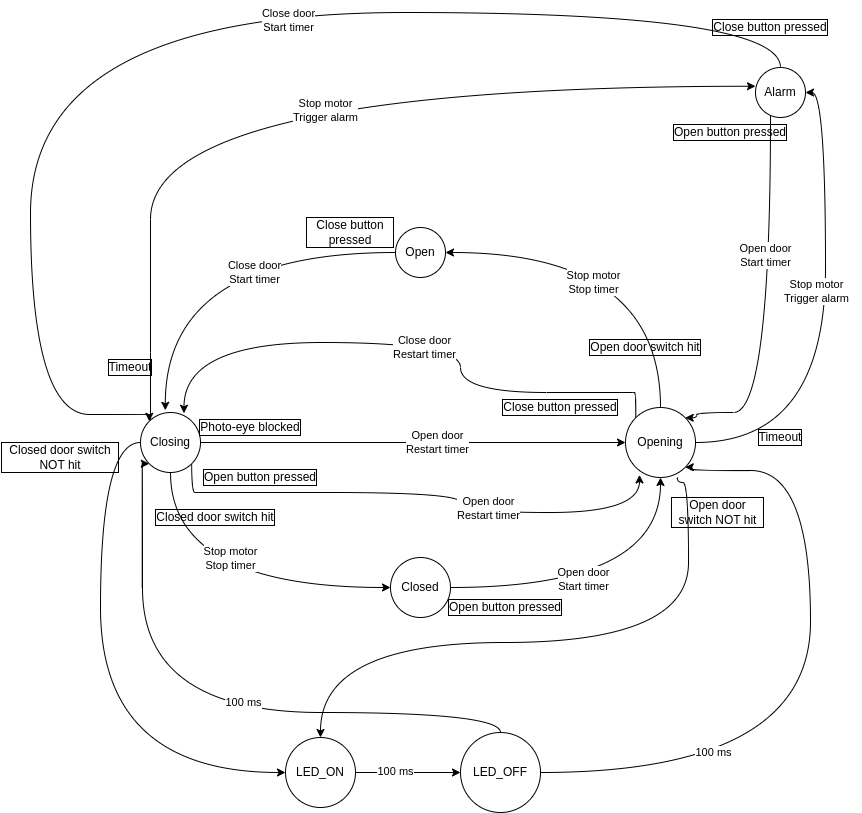
The draw.io diagram AtmelStudio/Drafts/StateMachineGarageDoor/StateMachineGarageDoor/garageDoorStatemachine.drawio.png in xb0be/avr-programming, before a commit. Source tidied: cells renumbered, new cells last; positions are measured from the earlier drawing's top-left corner, leaving out a move shared by most shapes.
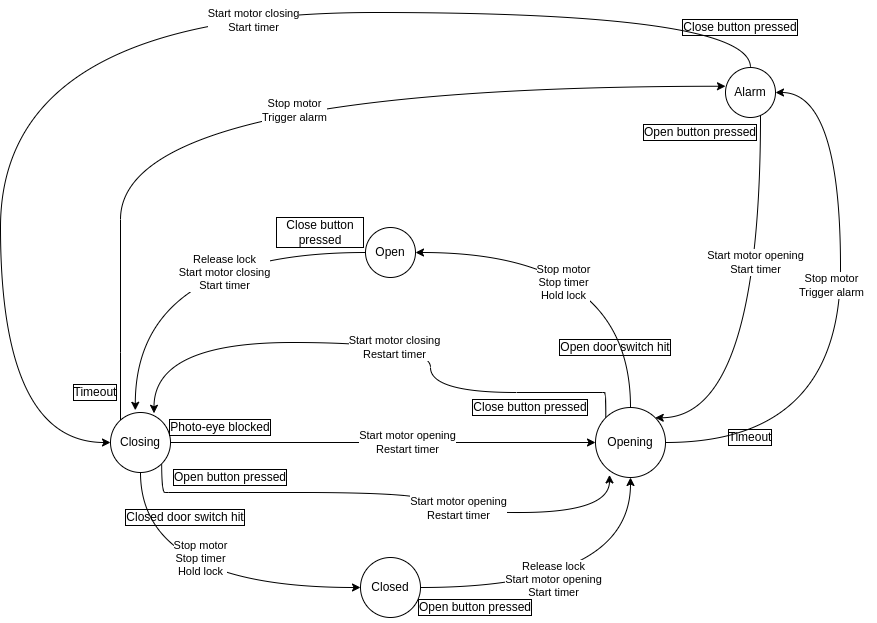
After the commit.

Commit message:
removed LED states, fixes to text1

Diff of the diagram source:
```diff
@@ -5,7 +5,7 @@
     <mxCell id="2" style="edgeStyle=orthogonalEdgeStyle;curved=1;rounded=0;jettySize=auto;html=1;entryX=0.413;entryY=-0.037;entryDx=0;entryDy=0;entryPerimeter=0;" parent="1" edge="1" source="4" target="14">
       <mxGeometry relative="1" as="geometry" />
     </mxCell>
-    <mxCell id="3" value="Close door&lt;br&gt;Start timer" style="edgeLabel;html=1;align=center;verticalAlign=middle;" parent="2" vertex="1">
+    <mxCell id="3" value="Release lock&lt;br&gt;Start motor closing&lt;br&gt;Start timer" style="edgeLabel;html=1;align=center;verticalAlign=middle;" parent="2" vertex="1">
       <mxGeometry x="-0.13" y="6" width="80" height="40" relative="1" as="geometry">
         <mxPoint x="-12" y="-6" as="offset" />
       </mxGeometry>
@@ -16,7 +16,7 @@
     <mxCell id="5" style="edgeStyle=orthogonalEdgeStyle;curved=1;rounded=0;jettySize=auto;html=1;entryX=0;entryY=0.5;entryDx=0;entryDy=0;exitX=0.5;exitY=1;exitDx=0;exitDy=0;" parent="1" edge="1" source="14" target="17">
       <mxGeometry relative="1" as="geometry" />
     </mxCell>
-    <mxCell id="6" value="Stop motor&lt;br&gt;Stop timer" style="edgeLabel;html=1;align=center;verticalAlign=middle;" parent="5" vertex="1">
+    <mxCell id="6" value="Stop motor&lt;br&gt;Stop timer&lt;br&gt;Hold lock" style="edgeLabel;html=1;align=center;verticalAlign=middle;" parent="5" vertex="1">
       <mxGeometry x="-0.43" y="22" width="80" height="40" relative="1" as="geometry">
         <mxPoint x="-2" y="-29" as="offset" />
       </mxGeometry>
@@ -37,19 +37,11 @@
     <mxCell id="9" style="edgeStyle=orthogonalEdgeStyle;curved=1;rounded=0;jettySize=auto;html=1;entryX=0;entryY=0.5;entryDx=0;entryDy=0;" parent="1" edge="1" source="14" target="25">
       <mxGeometry relative="1" as="geometry" />
     </mxCell>
-    <mxCell id="10" value="Open door&lt;br&gt;Restart timer" style="edgeLabel;html=1;align=center;verticalAlign=middle;" parent="9" vertex="1">
+    <mxCell id="10" value="Start motor opening&lt;br&gt;Restart timer" style="edgeLabel;html=1;align=center;verticalAlign=middle;" parent="9" vertex="1">
       <mxGeometry x="-0.05" width="90" height="40" relative="1" as="geometry">
         <mxPoint x="-10" y="-20" as="offset" />
       </mxGeometry>
     </mxCell>
-    <mxCell id="11" style="edgeStyle=orthogonalEdgeStyle;curved=1;rounded=0;jettySize=auto;html=1;entryX=0;entryY=0.5;entryDx=0;entryDy=0;" parent="1" edge="1" source="14" target="39">
-      <mxGeometry relative="1" as="geometry">
-        <Array as="points">
-          <mxPoint x="100" y="430" />
-          <mxPoint x="100" y="760" />
-        </Array>
-      </mxGeometry>
-    </mxCell>
     <mxCell id="12" style="edgeStyle=orthogonalEdgeStyle;curved=1;rounded=0;jettySize=auto;html=1;exitX=1;exitY=1;exitDx=0;exitDy=0;entryX=0.2;entryY=0.963;entryDx=0;entryDy=0;entryPerimeter=0;" parent="1" edge="1" source="14" target="25">
       <mxGeometry relative="1" as="geometry">
         <Array as="points">
@@ -60,7 +52,7 @@
         </Array>
       </mxGeometry>
     </mxCell>
-    <mxCell id="13" value="Open door&lt;br&gt;Restart timer" style="edgeLabel;html=1;align=center;verticalAlign=middle;" parent="12" vertex="1">
+    <mxCell id="13" value="Start motor opening&lt;br&gt;Restart timer" style="edgeLabel;html=1;align=center;verticalAlign=middle;" parent="12" vertex="1">
       <mxGeometry x="0.29" y="4" width="90" height="40" relative="1" as="geometry">
         <mxPoint x="-45" y="-20" as="offset" />
       </mxGeometry>
@@ -71,7 +63,7 @@
     <mxCell id="15" style="edgeStyle=orthogonalEdgeStyle;rounded=0;jettySize=auto;html=1;entryX=0.5;entryY=1;entryDx=0;entryDy=0;curved=1;" parent="1" edge="1" source="17" target="25">
       <mxGeometry relative="1" as="geometry" />
     </mxCell>
-    <mxCell id="16" value="Open door&lt;br&gt;Start timer" style="edgeLabel;html=1;align=center;verticalAlign=middle;" parent="15" vertex="1">
+    <mxCell id="16" value="Release lock&lt;br&gt;Start motor opening&lt;br&gt;Start timer" style="edgeLabel;html=1;align=center;verticalAlign=middle;" parent="15" vertex="1">
       <mxGeometry x="-0.17" y="8" width="80" height="40" relative="1" as="geometry">
         <mxPoint x="-40" y="-20" as="offset" />
       </mxGeometry>
@@ -82,28 +74,24 @@
     <mxCell id="18" style="edgeStyle=orthogonalEdgeStyle;curved=1;rounded=0;jettySize=auto;html=1;entryX=1;entryY=0.5;entryDx=0;entryDy=0;exitX=0.5;exitY=0;exitDx=0;exitDy=0;" parent="1" edge="1" source="25" target="4">
       <mxGeometry relative="1" as="geometry" />
     </mxCell>
-    <mxCell id="19" value="Stop motor&lt;br&gt;Stop timer" style="edgeLabel;html=1;align=center;verticalAlign=middle;" parent="18" vertex="1">
+    <mxCell id="19" value="Stop motor&lt;br&gt;Stop timer&lt;br&gt;Hold lock" style="edgeLabel;html=1;align=center;verticalAlign=middle;" parent="18" vertex="1">
       <mxGeometry x="0.2" y="11" width="80" height="40" relative="1" as="geometry">
         <mxPoint x="-40" y="-1" as="offset" />
       </mxGeometry>
     </mxCell>
     <mxCell id="20" style="edgeStyle=orthogonalEdgeStyle;rounded=0;jettySize=auto;html=1;entryX=1;entryY=0.5;entryDx=0;entryDy=0;curved=1;startArrow=none;exitX=1;exitY=0.5;exitDx=0;exitDy=0;" parent="1" edge="1" source="25" target="30">
-      <mxGeometry relative="1" as="geometry" />
+      <mxGeometry relative="1" as="geometry">
+        <Array as="points">
+          <mxPoint x="870" y="430" />
+          <mxPoint x="870" y="80" />
+        </Array>
+      </mxGeometry>
     </mxCell>
     <mxCell id="21" value="Stop motor&lt;br&gt;Trigger alarm" style="edgeLabel;html=1;align=center;verticalAlign=middle;" parent="20" vertex="1">
       <mxGeometry x="0.12" y="9" width="90" height="40" relative="1" as="geometry">
         <mxPoint x="-45" y="-20" as="offset" />
       </mxGeometry>
     </mxCell>
-    <mxCell id="22" style="edgeStyle=orthogonalEdgeStyle;curved=1;rounded=0;jettySize=auto;html=1;exitX=0.738;exitY=1;exitDx=0;exitDy=0;entryX=0.5;entryY=0;entryDx=0;entryDy=0;exitPerimeter=0;" parent="1" edge="1" source="25" target="39">
-      <mxGeometry relative="1" as="geometry">
-        <Array as="points">
-          <mxPoint x="688" y="470" />
-          <mxPoint x="688" y="630" />
-          <mxPoint x="320" y="630" />
-        </Array>
-      </mxGeometry>
-    </mxCell>
     <mxCell id="23" style="edgeStyle=orthogonalEdgeStyle;rounded=0;jettySize=auto;html=1;exitX=0;exitY=0;exitDx=0;exitDy=0;entryX=0.725;entryY=0.013;entryDx=0;entryDy=0;entryPerimeter=0;curved=1;" parent="1" edge="1" source="25" target="14">
       <mxGeometry relative="1" as="geometry">
         <Array as="points">
@@ -114,7 +102,7 @@
         </Array>
       </mxGeometry>
     </mxCell>
-    <mxCell id="24" value="Close door&lt;br&gt;Restart timer" style="edgeLabel;html=1;align=center;verticalAlign=middle;" parent="23" vertex="1">
+    <mxCell id="24" value="Start motor closing&lt;br&gt;Restart timer" style="edgeLabel;html=1;align=center;verticalAlign=middle;" parent="23" vertex="1">
       <mxGeometry x="-0.04" y="5" width="90" height="40" relative="1" as="geometry">
         <mxPoint x="-45" y="-20" as="offset" />
       </mxGeometry>
@@ -122,16 +110,16 @@
     <mxCell id="25" value="Opening" style="ellipse;whiteSpace=wrap;html=1;" parent="1" vertex="1">
       <mxGeometry x="625" y="395" width="70" height="70" as="geometry" />
     </mxCell>
-    <mxCell id="26" style="edgeStyle=orthogonalEdgeStyle;rounded=0;jettySize=auto;html=1;curved=1;entryX=0;entryY=0;entryDx=0;entryDy=0;" parent="1" edge="1" source="30" target="14">
+    <mxCell id="26" style="edgeStyle=orthogonalEdgeStyle;rounded=0;jettySize=auto;html=1;curved=1;entryX=0;entryY=0.5;entryDx=0;entryDy=0;" parent="1" edge="1" source="30" target="14">
       <mxGeometry relative="1" as="geometry">
         <Array as="points">
           <mxPoint x="780" />
           <mxPoint x="30" />
-          <mxPoint x="30" y="402" />
+          <mxPoint x="30" y="430" />
         </Array>
       </mxGeometry>
     </mxCell>
-    <mxCell id="27" value="Close door&lt;br&gt;Start timer" style="edgeLabel;html=1;align=center;verticalAlign=middle;" parent="26" vertex="1">
+    <mxCell id="27" value="Start motor closing&lt;br&gt;Start timer" style="edgeLabel;html=1;align=center;verticalAlign=middle;" parent="26" vertex="1">
       <mxGeometry x="-0.18" y="8" width="80" height="40" relative="1" as="geometry">
         <mxPoint x="-40" y="-20" as="offset" />
       </mxGeometry>
@@ -139,13 +127,11 @@
     <mxCell id="28" style="edgeStyle=orthogonalEdgeStyle;rounded=0;jettySize=auto;html=1;entryX=1;entryY=0;entryDx=0;entryDy=0;curved=1;" parent="1" edge="1" source="30" target="25">
       <mxGeometry relative="1" as="geometry">
         <Array as="points">
-          <mxPoint x="770" y="400" />
-          <mxPoint x="696" y="400" />
-          <mxPoint x="696" y="405" />
+          <mxPoint x="790" y="405" />
         </Array>
       </mxGeometry>
     </mxCell>
-    <mxCell id="29" value="Open door&lt;br&gt;Start timer" style="edgeLabel;html=1;align=center;verticalAlign=middle;" parent="28" vertex="1">
+    <mxCell id="29" value="Start motor opening&lt;br&gt;Start timer" style="edgeLabel;html=1;align=center;verticalAlign=middle;" parent="28" vertex="1">
       <mxGeometry x="-0.28" y="-5" width="80" height="40" relative="1" as="geometry">
         <mxPoint x="-40" y="-20" as="offset" />
       </mxGeometry>
@@ -169,58 +155,13 @@
       <mxGeometry x="190" y="400" width="120" height="30" as="geometry" />
     </mxCell>
     <mxCell id="36" value="Timeout" style="text;html=1;strokeColor=none;fillColor=none;align=center;verticalAlign=middle;whiteSpace=wrap;rounded=0;labelBorderColor=default;" parent="1" vertex="1">
-      <mxGeometry x="95" y="340" width="70" height="30" as="geometry" />
+      <mxGeometry x="90" y="365" width="70" height="30" as="geometry" />
     </mxCell>
-    <mxCell id="37" style="edgeStyle=orthogonalEdgeStyle;curved=1;rounded=0;jettySize=auto;html=1;entryX=0;entryY=0.5;entryDx=0;entryDy=0;" parent="1" edge="1" source="39" target="44">
-      <mxGeometry relative="1" as="geometry" />
-    </mxCell>
-    <mxCell id="38" value="100 ms" style="edgeLabel;html=1;align=center;verticalAlign=middle;" parent="37" vertex="1">
-      <mxGeometry x="-0.24" y="1" width="60" height="30" relative="1" as="geometry">
-        <mxPoint x="-30" y="-15" as="offset" />
-      </mxGeometry>
-    </mxCell>
-    <mxCell id="39" value="LED_ON" style="ellipse;whiteSpace=wrap;html=1;" parent="1" vertex="1">
-      <mxGeometry x="285" y="725" width="70" height="70" as="geometry" />
-    </mxCell>
-    <mxCell id="40" style="edgeStyle=orthogonalEdgeStyle;curved=1;rounded=0;jettySize=auto;html=1;entryX=0;entryY=1;entryDx=0;entryDy=0;" parent="1" edge="1" source="44" target="14">
-      <mxGeometry relative="1" as="geometry">
-        <Array as="points">
-          <mxPoint x="500" y="700" />
-          <mxPoint x="142" y="700" />
-        </Array>
-      </mxGeometry>
-    </mxCell>
-    <mxCell id="41" value="100 ms" style="edgeLabel;html=1;align=center;verticalAlign=middle;" parent="40" vertex="1">
-      <mxGeometry x="-0.13" y="-10" width="60" height="30" relative="1" as="geometry">
-        <mxPoint x="-30" y="-15" as="offset" />
-      </mxGeometry>
-    </mxCell>
-    <mxCell id="42" style="edgeStyle=orthogonalEdgeStyle;curved=1;rounded=0;jettySize=auto;html=1;entryX=1;entryY=1;entryDx=0;entryDy=0;" parent="1" edge="1" source="44" target="25">
-      <mxGeometry relative="1" as="geometry">
-        <Array as="points">
-          <mxPoint x="810" y="760" />
-          <mxPoint x="810" y="458" />
-          <mxPoint x="690" y="458" />
-          <mxPoint x="690" y="455" />
-        </Array>
-      </mxGeometry>
-    </mxCell>
-    <mxCell id="43" value="100 ms" style="edgeLabel;html=1;align=center;verticalAlign=middle;" parent="42" vertex="1">
-      <mxGeometry x="-0.51" y="20" width="60" height="30" relative="1" as="geometry">
-        <mxPoint x="-30" y="-15" as="offset" />
-      </mxGeometry>
-    </mxCell>
-    <mxCell id="44" value="LED_OFF" style="ellipse;whiteSpace=wrap;html=1;" parent="1" vertex="1">
-      <mxGeometry x="460" y="720" width="80" height="80" as="geometry" />
-    </mxCell>
-    <mxCell id="45" value="Closed door switch NOT hit" style="text;html=1;strokeColor=none;fillColor=none;align=center;verticalAlign=middle;whiteSpace=wrap;rounded=0;labelBorderColor=default;" parent="1" vertex="1">
-      <mxGeometry y="425" width="120" height="40" as="geometry" />
-    </mxCell>
-    <mxCell id="46" value="Open door switch NOT hit" style="text;html=1;strokeColor=none;fillColor=none;align=center;verticalAlign=middle;whiteSpace=wrap;rounded=0;labelBorderColor=default;" parent="1" vertex="1">
-      <mxGeometry x="670" y="480" width="95" height="40" as="geometry" />
-    </mxCell>
-    <mxCell id="47" style="edgeStyle=orthogonalEdgeStyle;curved=1;rounded=0;orthogonalLoop=1;jettySize=auto;html=1;exitX=0.5;exitY=1;exitDx=0;exitDy=0;" parent="1" edge="1" source="46" target="46">
-      <mxGeometry relative="1" as="geometry" />
+    <mxCell id="47" style="edgeStyle=orthogonalEdgeStyle;curved=1;rounded=0;orthogonalLoop=1;jettySize=auto;html=1;exitX=0.5;exitY=1;exitDx=0;exitDy=0;" parent="1" edge="1">
+      <mxGeometry relative="1" as="geometry">
+        <mxPoint x="717.5" y="520" as="sourcePoint" />
+        <mxPoint x="717.5" y="520" as="targetPoint" />
+      </mxGeometry>
     </mxCell>
     <mxCell id="48" value="Close button pressed" style="text;html=1;strokeColor=none;fillColor=none;align=center;verticalAlign=middle;whiteSpace=wrap;rounded=0;labelBorderColor=default;" parent="1" vertex="1">
       <mxGeometry x="700" width="140" height="30" as="geometry" />
```
